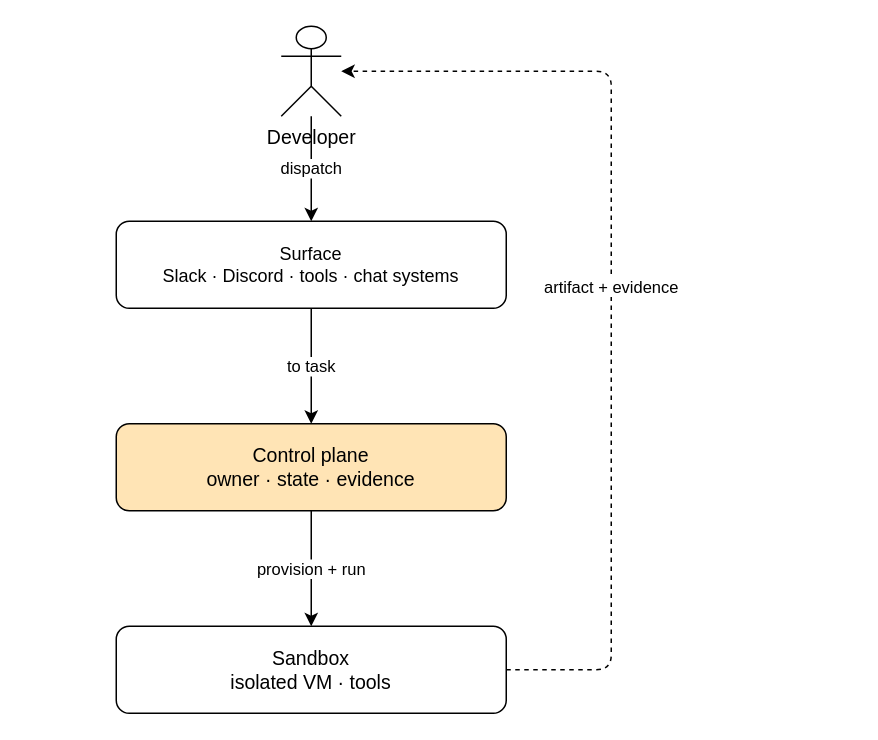
Earlier version of the draw.io diagram src/pages/docs/blog/control-plan-inst-chat-app/control-plane-layers.drawio (AssahBismarkabah/astro-fap). Source tidied: cells renumbered, new cells numbered last; positions are measured from the earlier drawing's top-left corner, leaving out a move shared by most shapes. Both pictures are drawn from the tidied source at 150%, with x=0, y=0 at pixel (116, 26).
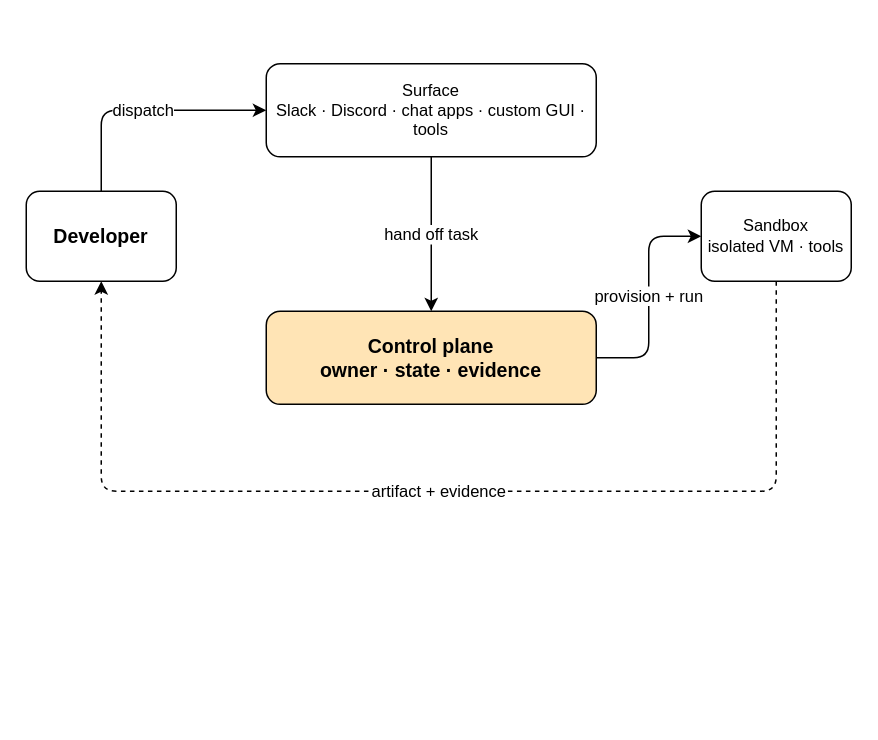
The same diagram, later.

Commit message (it also covers changes not shown here):
update control plane diagram: adjust layout, styling, and labels for improved readability

What changed in the source:
```diff
@@
 <mxGraphModel>
   <root>
     <mxCell id="0" />
     <mxCell id="1" parent="0" />
-    <mxCell id="2" value="Developer" style="shape=umlActor;verticalLabelPosition=bottom;verticalAlign=top;html=1;fillColor=#ffffff;strokeColor=#000000;fontColor=#000000;fontSize=13;" parent="1" vertex="1">
-      <mxGeometry x="110" width="40" height="60" as="geometry" />
+    <mxCell id="2" value="Developer" style="rounded=1;whiteSpace=wrap;html=1;fillColor=#ffffff;strokeColor=#000000;fontColor=#000000;fontSize=13;fontStyle=1;" parent="1" vertex="1">
+      <mxGeometry x="-60" y="110" width="100" height="60" as="geometry" />
     </mxCell>
-    <mxCell id="3" value="Surface&#10;Slack · Discord · tools · chat systems" style="rounded=1;whiteSpace=wrap;html=1;fillColor=#ffffff;strokeColor=#000000;fontColor=#000000;fontSize=12;" parent="1" vertex="1">
-      <mxGeometry y="130" width="260" height="58" as="geometry" />
+    <mxCell id="3" value="Surface&#10;Slack · Discord · chat apps · custom GUI · tools" style="rounded=1;whiteSpace=wrap;html=1;fillColor=#ffffff;strokeColor=#000000;fontColor=#000000;fontSize=11;" parent="1" vertex="1">
+      <mxGeometry x="100" y="25" width="220" height="62" as="geometry" />
     </mxCell>
-    <mxCell id="4" value="Control plane&#10;owner · state · evidence" style="rounded=1;whiteSpace=wrap;html=1;fillColor=#ffe4b5;strokeColor=#000000;fontColor=#000000;fontSize=13;" parent="1" vertex="1">
-      <mxGeometry y="265" width="260" height="58" as="geometry" />
+    <mxCell id="4" value="Control plane&#10;owner · state · evidence" style="rounded=1;whiteSpace=wrap;html=1;fillColor=#ffe4b5;strokeColor=#000000;fontColor=#000000;fontSize=13;fontStyle=1;" parent="1" vertex="1">
+      <mxGeometry x="100" y="190" width="220" height="62" as="geometry" />
     </mxCell>
-    <mxCell id="5" value="Sandbox&#10;isolated VM · tools" style="rounded=1;whiteSpace=wrap;html=1;fillColor=#ffffff;strokeColor=#000000;fontColor=#000000;fontSize=13;" parent="1" vertex="1">
-      <mxGeometry y="400" width="260" height="58" as="geometry" />
+    <mxCell id="5" value="Sandbox&#10;isolated VM · tools" style="rounded=1;whiteSpace=wrap;html=1;fillColor=#ffffff;strokeColor=#000000;fontColor=#000000;fontSize=11;" parent="1" vertex="1">
+      <mxGeometry x="390" y="110" width="100" height="60" as="geometry" />
     </mxCell>
-    <mxCell id="6" value="dispatch" style="edgeStyle=orthogonalEdgeStyle;rounded=1;html=1;strokeColor=#000000;endArrow=classic;fontColor=#000000;" parent="1" edge="1" source="2" target="3">
+    <mxCell id="6" value="dispatch" style="edgeStyle=orthogonalEdgeStyle;rounded=1;html=1;strokeColor=#000000;endArrow=classic;fontColor=#000000;exitX=0.5;exitY=0;entryX=0;entryY=0.5;" parent="1" edge="1" source="2" target="3">
       <mxGeometry relative="1" as="geometry" />
     </mxCell>
-    <mxCell id="7" value="to task" style="edgeStyle=orthogonalEdgeStyle;rounded=1;html=1;strokeColor=#000000;endArrow=classic;fontColor=#000000;" parent="1" edge="1" source="3" target="4">
+    <mxCell id="7" value="hand off task" style="edgeStyle=orthogonalEdgeStyle;rounded=1;html=1;strokeColor=#000000;endArrow=classic;fontColor=#000000;exitX=0.5;exitY=1;entryX=0.5;entryY=0;" parent="1" edge="1" source="3" target="4">
       <mxGeometry relative="1" as="geometry" />
     </mxCell>
-    <mxCell id="8" value="provision + run" style="edgeStyle=orthogonalEdgeStyle;rounded=1;html=1;strokeColor=#000000;endArrow=classic;fontColor=#000000;" parent="1" edge="1" source="4" target="5">
+    <mxCell id="8" value="provision + run" style="edgeStyle=orthogonalEdgeStyle;rounded=1;html=1;strokeColor=#000000;endArrow=classic;fontColor=#000000;exitX=1;exitY=0.5;entryX=0;entryY=0.5;" parent="1" edge="1" source="4" target="5">
       <mxGeometry relative="1" as="geometry" />
     </mxCell>
-    <mxCell id="9" value="artifact + evidence" style="edgeStyle=orthogonalEdgeStyle;rounded=1;html=1;strokeColor=#000000;dashed=1;endArrow=classic;fontColor=#000000;exitX=1;exitY=0.5;entryX=1;entryY=0.5;" parent="1" edge="1" source="5" target="2">
+    <mxCell id="9" value="artifact + evidence" style="edgeStyle=orthogonalEdgeStyle;rounded=1;html=1;strokeColor=#000000;dashed=1;endArrow=classic;fontColor=#000000;exitX=0.5;exitY=1;entryX=0.5;entryY=1;" parent="1" edge="1" source="5" target="2">
       <mxGeometry relative="1" as="geometry">
         <Array as="points">
-          <mxPoint x="330" y="429" />
-          <mxPoint x="330" y="30" />
+          <mxPoint x="440" y="310" />
+          <mxPoint x="-10" y="310" />
         </Array>
       </mxGeometry>
     </mxCell>
   </root>
 </mxGraphModel>
```
